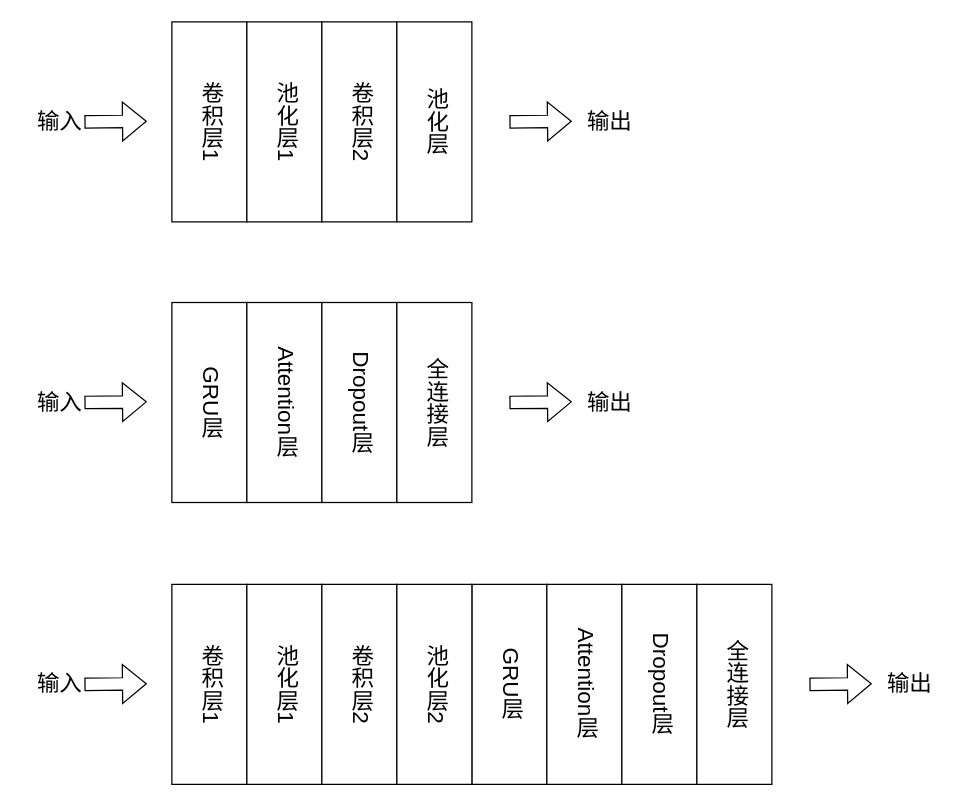
Earlier version of the draw.io diagram CNN-GRU-Att.drawio (Abccccd/-2). Source tidied: cells renumbered, new cells numbered last; positions are measured from the earlier drawing's top-left corner, leaving out a move shared by most shapes. Both pictures are drawn from the tidied source at 125%, with x=0, y=0 at pixel (21, 21).
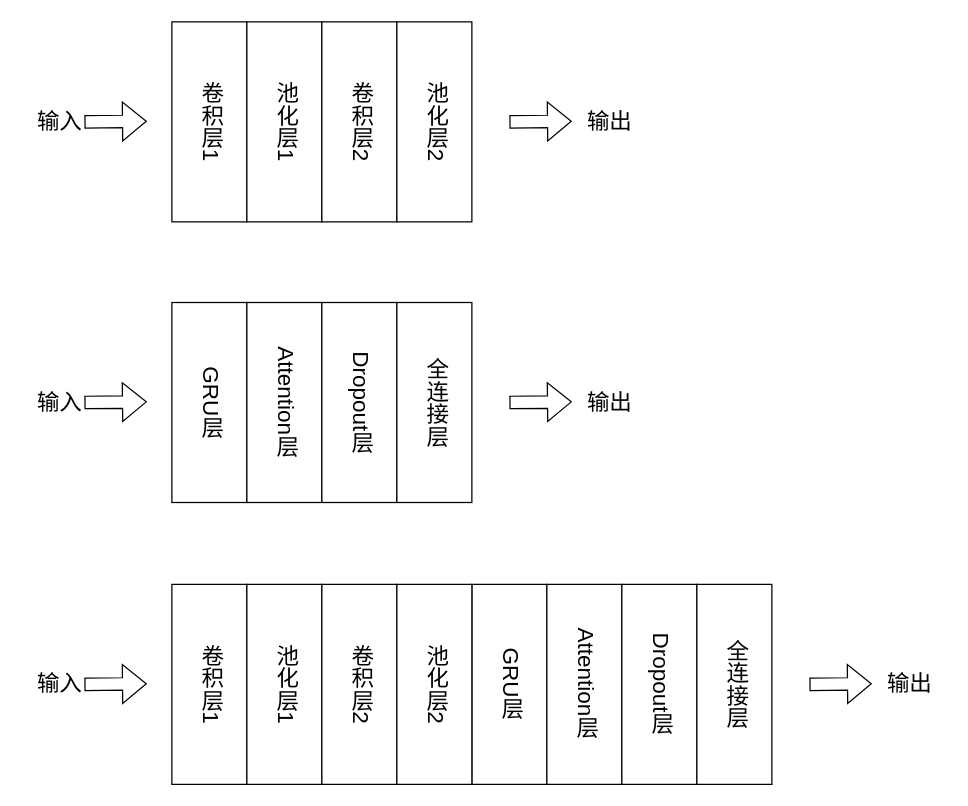
Above is the later version.

What changed in the source:
```diff
@@
-    <mxCell id="5" value="&lt;font face=&quot;SimSun&quot;&gt;&lt;span style=&quot;font-size: 18px;&quot;&gt;池化层&lt;/span&gt;&lt;/font&gt;" style="rounded=0;whiteSpace=wrap;html=1;textDirection=vertical-lr;" parent="1" vertex="1">
+    <mxCell id="5" value="&lt;font face=&quot;SimSun&quot;&gt;&lt;span style=&quot;font-size: 18px;&quot;&gt;池化层2&lt;/span&gt;&lt;/font&gt;" style="rounded=0;whiteSpace=wrap;html=1;textDirection=vertical-lr;" parent="1" vertex="1">
       <mxGeometry x="300" width="60" height="160" as="geometry" />
     </mxCell>
```
